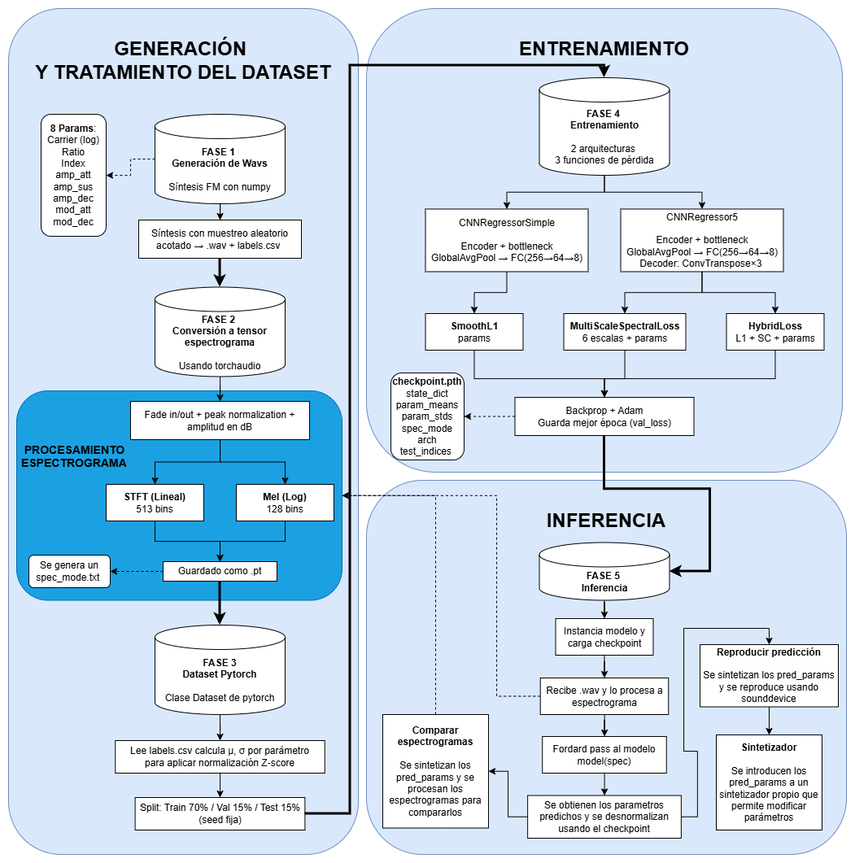
Before: Prototipo5/Documentacion/diagrama.png, a diagram exported from draw.io (Angelji06/TFG-Inferencia-de-sonidos-musicales-usando-sintetizadores-e-IA). Source tidied: cells renumbered, new cells last; positions are measured from the earlier drawing's top-left corner, leaving out a move shared by most shapes.
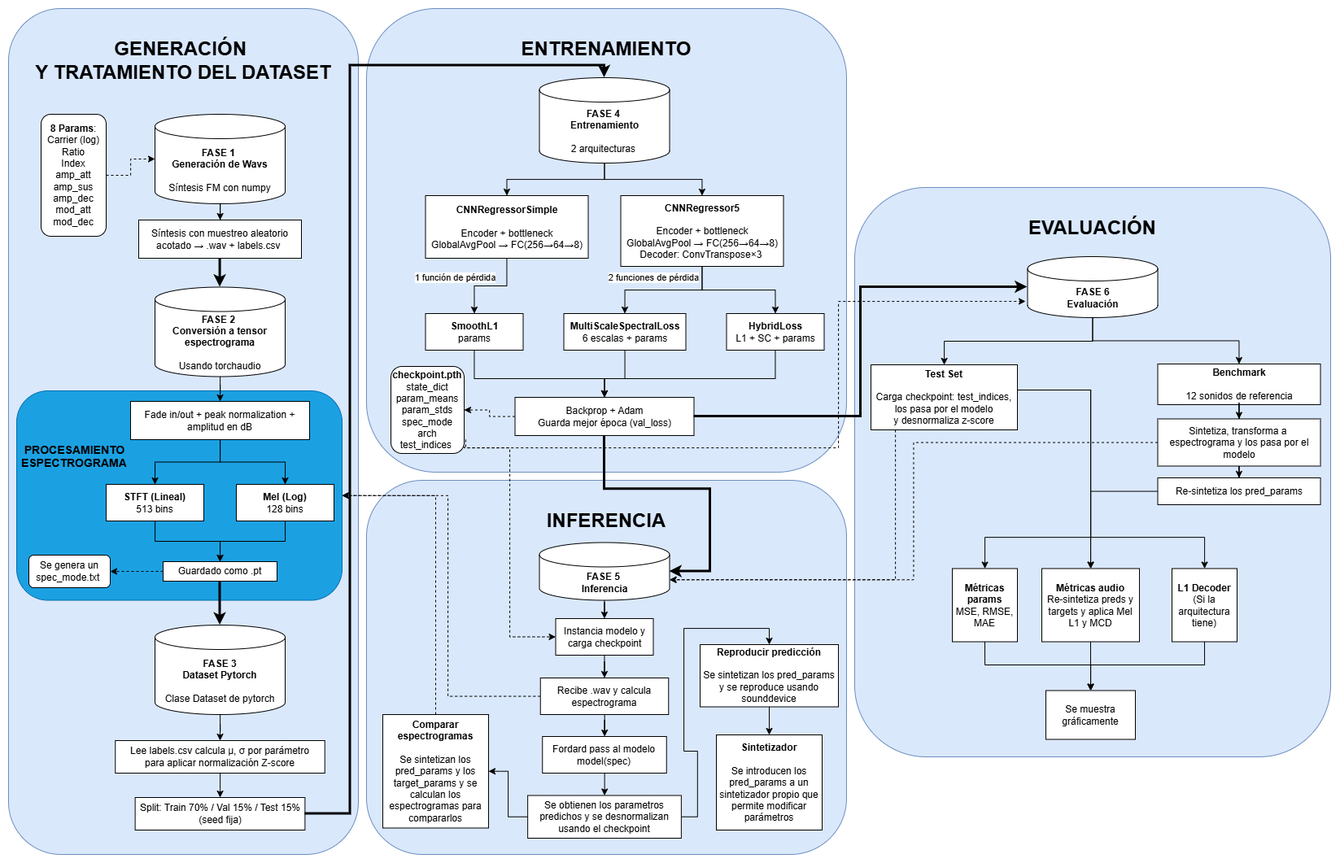
The same file after the commit.

Change to the diagram source:
```diff
@@ -12,14 +12,14 @@
       <mxGeometry x="440" y="580" width="590" height="460" as="geometry" />
     </mxCell>
     <mxCell id="5" value="&lt;div&gt;&lt;b&gt;&lt;font style=&quot;font-size: 24px;&quot;&gt;&lt;br&gt;&lt;/font&gt;&lt;/b&gt;&lt;/div&gt;&lt;span style=&quot;font-size: 24px;&quot;&gt;&lt;b&gt;ENTRENAMIENTO&lt;/b&gt;&lt;/span&gt;" style="rounded=1;whiteSpace=wrap;html=1;fillColor=#dae8fc;strokeColor=#6c8ebf;fontSize=11;verticalAlign=top;" parent="1" vertex="1">
-      <mxGeometry x="440" width="585" height="570" as="geometry" />
+      <mxGeometry x="440" width="590" height="570" as="geometry" />
     </mxCell>
+    <mxCell id="66" style="edgeStyle=orthogonalEdgeStyle;rounded=0;jettySize=auto;html=1;dashed=1;" parent="1" edge="1" source="6" target="9">
+      <mxGeometry relative="1" as="geometry" />
+    </mxCell>
     <mxCell id="6" value="&lt;div&gt;&lt;b&gt;8 Params&lt;/b&gt;:&lt;br&gt;Carrier (log)&lt;/div&gt;&lt;div&gt;Ratio&lt;/div&gt;&lt;div&gt;Index&lt;/div&gt;&lt;div&gt;&lt;span style=&quot;background-color: transparent;&quot;&gt;amp_att&lt;/span&gt;&lt;/div&gt;&lt;div&gt;&lt;span style=&quot;background-color: transparent;&quot;&gt;amp_sus&lt;/span&gt;&lt;/div&gt;&lt;div&gt;&lt;span style=&quot;background-color: transparent;&quot;&gt;amp_dec&lt;/span&gt;&lt;/div&gt;&lt;div&gt;&lt;span style=&quot;color: light-dark(rgb(0, 0, 0), rgb(255, 255, 255)); background-color: transparent;&quot;&gt;mod_att&lt;/span&gt;&lt;/div&gt;&lt;div&gt;&lt;span style=&quot;background-color: transparent; color: light-dark(rgb(0, 0, 0), rgb(255, 255, 255));&quot;&gt;mod_dec&lt;/span&gt;&lt;/div&gt;" style="rounded=1;whiteSpace=wrap;html=1;" parent="1" vertex="1">
       <mxGeometry x="40" y="130" width="80" height="150" as="geometry" />
     </mxCell>
-    <mxCell id="7" style="edgeStyle=orthogonalEdgeStyle;rounded=0;jettySize=auto;html=1;dashed=1;" parent="1" edge="1" source="9" target="6">
-      <mxGeometry relative="1" as="geometry" />
-    </mxCell>
     <mxCell id="8" style="edgeStyle=orthogonalEdgeStyle;rounded=0;jettySize=auto;html=1;" parent="1" edge="1" source="9" target="28">
       <mxGeometry relative="1" as="geometry" />
     </mxCell>
@@ -92,14 +92,24 @@
     <mxCell id="31" style="edgeStyle=orthogonalEdgeStyle;rounded=0;jettySize=auto;html=1;exitX=0.5;exitY=1;exitDx=0;exitDy=0;exitPerimeter=0;" parent="1" edge="1" source="32" target="37">
       <mxGeometry relative="1" as="geometry" />
     </mxCell>
-    <mxCell id="32" value="&lt;b&gt;FASE 4&amp;nbsp;&lt;/b&gt;&lt;div&gt;&lt;b&gt;Entrenamiento&lt;/b&gt;&lt;/div&gt;&lt;div&gt;&lt;b&gt;&lt;br&gt;&lt;/b&gt;&lt;/div&gt;&lt;div&gt;2 arquitecturas&amp;nbsp;&lt;/div&gt;&lt;div&gt;3 funciones de pérdida&lt;/div&gt;" style="shape=cylinder3;whiteSpace=wrap;html=1;boundedLbl=1;backgroundOutline=1;size=15;" parent="1" vertex="1">
-      <mxGeometry x="652.5" y="85" width="160" height="120" as="geometry" />
+    <mxCell id="32" value="&lt;b&gt;FASE 4&amp;nbsp;&lt;/b&gt;&lt;div&gt;&lt;b&gt;Entrenamiento&lt;/b&gt;&lt;/div&gt;&lt;div&gt;&lt;b&gt;&lt;br&gt;&lt;/b&gt;&lt;/div&gt;&lt;div&gt;2 arquitecturas&amp;nbsp;&lt;/div&gt;" style="shape=cylinder3;whiteSpace=wrap;html=1;boundedLbl=1;backgroundOutline=1;size=15;" parent="1" vertex="1">
+      <mxGeometry x="652.5" y="85" width="160" height="105" as="geometry" />
     </mxCell>
     <mxCell id="33" style="edgeStyle=orthogonalEdgeStyle;rounded=0;jettySize=auto;html=1;entryX=0.5;entryY=0;entryDx=0;entryDy=0;" parent="1" edge="1" source="34" target="39">
-      <mxGeometry relative="1" as="geometry" />
+      <mxGeometry relative="1" as="geometry">
+        <Array as="points">
+          <mxPoint x="613" y="341" />
+          <mxPoint x="573" y="341" />
+        </Array>
+      </mxGeometry>
     </mxCell>
+    <mxCell id="67" value="1 función de pérdida" style="edgeLabel;html=1;align=center;verticalAlign=middle;" parent="33" vertex="1">
+      <mxGeometry x="0.31" relative="1" as="geometry">
+        <mxPoint x="-27" y="-11" as="offset" />
+      </mxGeometry>
+    </mxCell>
-    <mxCell id="34" value="CNNRegressorSimple&lt;div&gt;&lt;br&gt;&lt;/div&gt;&lt;div&gt;Encoder + bottleneck&lt;/div&gt;&lt;div&gt;GlobalAvgPool → FC(256→64→8)&lt;/div&gt;" style="rounded=0;whiteSpace=wrap;html=1;" parent="1" vertex="1">
-      <mxGeometry x="512.5" y="246.5" width="200" height="77" as="geometry" />
+    <mxCell id="34" value="&lt;b&gt;CNNRegressorSimple&lt;/b&gt;&lt;div&gt;&lt;br&gt;&lt;/div&gt;&lt;div&gt;Encoder + bottleneck&lt;/div&gt;&lt;div&gt;GlobalAvgPool → FC(256→64→8)&lt;/div&gt;" style="rounded=0;whiteSpace=wrap;html=1;" parent="1" vertex="1">
+      <mxGeometry x="512.5" y="230" width="200" height="77" as="geometry" />
     </mxCell>
     <mxCell id="35" style="edgeStyle=orthogonalEdgeStyle;rounded=0;jettySize=auto;html=1;entryX=0.5;entryY=0;entryDx=0;entryDy=0;" parent="1" edge="1" source="37" target="43">
       <mxGeometry relative="1" as="geometry" />
@@ -107,8 +117,8 @@
     <mxCell id="36" style="edgeStyle=orthogonalEdgeStyle;rounded=0;jettySize=auto;html=1;entryX=0.5;entryY=0;entryDx=0;entryDy=0;" parent="1" edge="1" source="37" target="41">
       <mxGeometry relative="1" as="geometry" />
     </mxCell>
-    <mxCell id="37" value="CNNRegressor5&lt;div&gt;&lt;br&gt;&lt;/div&gt;&lt;div&gt;Encoder + bottleneck&lt;/div&gt;&lt;div&gt;GlobalAvgPool → FC(256→64→8)&lt;/div&gt;&lt;div&gt;Decoder: ConvTranspose×3&amp;nbsp;&lt;/div&gt;" style="rounded=0;whiteSpace=wrap;html=1;" parent="1" vertex="1">
-      <mxGeometry x="752.5" y="246.5" width="200" height="77" as="geometry" />
+    <mxCell id="37" value="&lt;b&gt;CNNRegressor5&lt;/b&gt;&lt;div&gt;&lt;br&gt;&lt;/div&gt;&lt;div&gt;Encoder + bottleneck&lt;/div&gt;&lt;div&gt;GlobalAvgPool → FC(256→64→8)&lt;/div&gt;&lt;div&gt;Decoder: ConvTranspose×3&amp;nbsp;&lt;/div&gt;" style="rounded=0;whiteSpace=wrap;html=1;" parent="1" vertex="1">
+      <mxGeometry x="752.5" y="230" width="200" height="87" as="geometry" />
     </mxCell>
     <mxCell id="38" style="edgeStyle=orthogonalEdgeStyle;rounded=0;jettySize=auto;html=1;entryX=0.5;entryY=0;entryDx=0;entryDy=0;" parent="1" edge="1" source="39" target="45">
       <mxGeometry relative="1" as="geometry">
@@ -155,8 +165,17 @@
     <mxCell id="47" value="&lt;b&gt;FASE 5&amp;nbsp;&lt;/b&gt;&lt;div&gt;&lt;b&gt;Inferencia&lt;/b&gt;&lt;/div&gt;" style="shape=cylinder3;whiteSpace=wrap;html=1;boundedLbl=1;backgroundOutline=1;size=15;" parent="1" vertex="1">
       <mxGeometry x="652.5" y="656.5" width="160" height="71" as="geometry" />
     </mxCell>
+    <mxCell id="68" style="edgeStyle=orthogonalEdgeStyle;rounded=0;jettySize=auto;html=1;entryX=0;entryY=0.5;entryDx=0;entryDy=0;dashed=1;exitX=1;exitY=0.75;exitDx=0;exitDy=0;" parent="1" edge="1" source="48" target="52">
+      <mxGeometry relative="1" as="geometry">
+        <Array as="points">
+          <mxPoint x="560" y="540" />
+          <mxPoint x="616" y="540" />
+          <mxPoint x="616" y="773" />
+        </Array>
+      </mxGeometry>
+    </mxCell>
     <mxCell id="48" value="&lt;div&gt;&lt;b&gt;checkpoint.pth&lt;/b&gt;&lt;/div&gt;&lt;div&gt;&lt;span style=&quot;background-color: transparent; color: light-dark(rgb(0, 0, 0), rgb(255, 255, 255));&quot;&gt;state_dict&lt;/span&gt;&lt;/div&gt;&lt;div&gt;&lt;span style=&quot;background-color: transparent; color: light-dark(rgb(0, 0, 0), rgb(255, 255, 255));&quot;&gt;param_means&lt;/span&gt;&lt;/div&gt;&lt;div&gt;&lt;span style=&quot;background-color: transparent; color: light-dark(rgb(0, 0, 0), rgb(255, 255, 255));&quot;&gt;param_stds&lt;/span&gt;&lt;/div&gt;&lt;div&gt;&lt;span style=&quot;background-color: transparent; color: light-dark(rgb(0, 0, 0), rgb(255, 255, 255));&quot;&gt;spec_mode&lt;/span&gt;&lt;/div&gt;&lt;div&gt;&lt;span style=&quot;background-color: transparent; color: light-dark(rgb(0, 0, 0), rgb(255, 255, 255));&quot;&gt;arch&lt;/span&gt;&lt;/div&gt;&lt;div&gt;&lt;span style=&quot;background-color: transparent; color: light-dark(rgb(0, 0, 0), rgb(255, 255, 255));&quot;&gt;test_indices&lt;/span&gt;&lt;b style=&quot;background-color: transparent; color: light-dark(rgb(0, 0, 0), rgb(255, 255, 255));&quot;&gt;&amp;nbsp;&lt;/b&gt;&lt;/div&gt;" style="rounded=1;whiteSpace=wrap;html=1;" parent="1" vertex="1">
-      <mxGeometry x="470" y="448" width="90" height="107" as="geometry" />
+      <mxGeometry x="470" y="440" width="90" height="107" as="geometry" />
     </mxCell>
     <mxCell id="49" style="edgeStyle=orthogonalEdgeStyle;rounded=0;jettySize=auto;html=1;entryX=0.5;entryY=0;entryDx=0;entryDy=0;entryPerimeter=0;strokeWidth=3;" parent="1" edge="1" source="27" target="32">
       <mxGeometry relative="1" as="geometry">
@@ -185,15 +204,15 @@
     <mxCell id="55" style="edgeStyle=orthogonalEdgeStyle;rounded=0;jettySize=auto;html=1;entryX=1;entryY=0.5;entryDx=0;entryDy=0;dashed=1;" parent="1" edge="1" source="57" target="3">
       <mxGeometry relative="1" as="geometry">
         <Array as="points">
-          <mxPoint x="600" y="846" />
-          <mxPoint x="600" y="599" />
+          <mxPoint x="540" y="846" />
+          <mxPoint x="540" y="599" />
         </Array>
       </mxGeometry>
     </mxCell>
     <mxCell id="56" style="edgeStyle=orthogonalEdgeStyle;rounded=0;jettySize=auto;html=1;" parent="1" edge="1" source="57" target="59">
       <mxGeometry relative="1" as="geometry" />
     </mxCell>
-    <mxCell id="57" value="Recibe .wav y lo procesa a espectrograma" style="rounded=0;whiteSpace=wrap;html=1;" parent="1" vertex="1">
+    <mxCell id="57" value="Recibe .wav y calcula espectrograma" style="rounded=0;whiteSpace=wrap;html=1;" parent="1" vertex="1">
       <mxGeometry x="653.8" y="823" width="157.5" height="45" as="geometry" />
     </mxCell>
     <mxCell id="58" style="edgeStyle=orthogonalEdgeStyle;rounded=0;jettySize=auto;html=1;entryX=0.5;entryY=0;entryDx=0;entryDy=0;" parent="1" edge="1" source="59" target="62">
@@ -221,8 +240,129 @@
         </Array>
       </mxGeometry>
     </mxCell>
-    <mxCell id="65" value="&lt;div&gt;&lt;b&gt;Comparar espectrogramas&lt;/b&gt;&lt;/div&gt;&lt;div&gt;&lt;b&gt;&lt;br&gt;&lt;/b&gt;&lt;/div&gt;&lt;div&gt;Se sintetizan los pred_params y se procesan los espectrogramas para compararlos&lt;/div&gt;" style="rounded=0;whiteSpace=wrap;html=1;" parent="1" vertex="1">
+    <mxCell id="65" value="&lt;div&gt;&lt;b&gt;Comparar espectrogramas&lt;/b&gt;&lt;/div&gt;&lt;div&gt;&lt;b&gt;&lt;br&gt;&lt;/b&gt;&lt;/div&gt;&lt;div&gt;Se sintetizan los pred_params y los target_params y se calculan los espectrogramas para compararlos&lt;/div&gt;" style="rounded=0;whiteSpace=wrap;html=1;" parent="1" vertex="1">
       <mxGeometry x="460" y="868" width="130" height="139.5" as="geometry" />
     </mxCell>
+    <mxCell id="69" value="2 funciones de pérdida" style="edgeLabel;html=1;align=center;verticalAlign=middle;" parent="1" vertex="1">
+      <mxGeometry x="792.5" y="330" as="geometry" />
+    </mxCell>
+    <mxCell id="70" value="&lt;div&gt;&lt;b&gt;&lt;font style=&quot;font-size: 24px;&quot;&gt;&lt;br&gt;&lt;/font&gt;&lt;/b&gt;&lt;/div&gt;&lt;span style=&quot;font-size: 24px;&quot;&gt;&lt;b&gt;EVALUACIÓN&lt;/b&gt;&lt;/span&gt;" style="rounded=1;whiteSpace=wrap;html=1;fillColor=#dae8fc;strokeColor=#6c8ebf;fontSize=11;verticalAlign=top;" parent="1" vertex="1">
+      <mxGeometry x="1040" y="220" width="585" height="700" as="geometry" />
+    </mxCell>
+    <mxCell id="71" value="&lt;b&gt;FASE 6&lt;/b&gt;&lt;div&gt;&lt;b&gt;Evaluación&lt;/b&gt;&lt;/div&gt;" style="shape=cylinder3;whiteSpace=wrap;html=1;boundedLbl=1;backgroundOutline=1;size=15;" parent="1" vertex="1">
+      <mxGeometry x="1252.5" y="305" width="160" height="75" as="geometry" />
+    </mxCell>
+    <mxCell id="72" style="edgeStyle=orthogonalEdgeStyle;rounded=0;jettySize=auto;html=1;exitX=0.5;exitY=1;exitDx=0;exitDy=0;exitPerimeter=0;" parent="1" edge="1" source="71" target="76">
+      <mxGeometry relative="1" as="geometry" />
+    </mxCell>
+    <mxCell id="73" style="edgeStyle=orthogonalEdgeStyle;rounded=0;jettySize=auto;html=1;" parent="1" edge="1" source="71" target="83">
+      <mxGeometry relative="1" as="geometry" />
+    </mxCell>
+    <mxCell id="74" style="edgeStyle=orthogonalEdgeStyle;rounded=0;jettySize=auto;html=1;" parent="1" edge="1" source="76" target="81">
+      <mxGeometry relative="1" as="geometry">
+        <Array as="points">
+          <mxPoint x="1330" y="469" />
+        </Array>
+      </mxGeometry>
+    </mxCell>
+    <mxCell id="75" style="edgeStyle=orthogonalEdgeStyle;rounded=0;jettySize=auto;html=1;" parent="1" edge="1" source="76" target="91">
+      <mxGeometry relative="1" as="geometry">
+        <Array as="points">
+          <mxPoint x="1330" y="469" />
+          <mxPoint x="1330" y="650" />
+          <mxPoint x="1470" y="650" />
+        </Array>
+      </mxGeometry>
+    </mxCell>
+    <mxCell id="76" value="&lt;b&gt;Test Set&lt;/b&gt;&lt;div&gt;&lt;b&gt;&lt;br&gt;&lt;/b&gt;&lt;div&gt;Carga checkpoint: test_indices, los pasa por el modelo y&lt;span style=&quot;background-color: transparent; color: light-dark(rgb(0, 0, 0), rgb(255, 255, 255));&quot;&gt;&amp;nbsp;desnormaliza z-score&lt;/span&gt;&lt;/div&gt;&lt;/div&gt;" style="rounded=0;whiteSpace=wrap;html=1;" parent="1" vertex="1">
+      <mxGeometry x="1060" y="438" width="180" height="80" as="geometry" />
+    </mxCell>
+    <mxCell id="77" style="edgeStyle=orthogonalEdgeStyle;rounded=0;jettySize=auto;html=1;" parent="1" edge="1" source="76" target="79">
+      <mxGeometry relative="1" as="geometry">
+        <Array as="points">
+          <mxPoint x="1330" y="469" />
+          <mxPoint x="1330" y="650" />
+          <mxPoint x="1200" y="650" />
+        </Array>
+      </mxGeometry>
+    </mxCell>
+    <mxCell id="78" style="edgeStyle=orthogonalEdgeStyle;rounded=0;jettySize=auto;html=1;exitX=0.5;exitY=1;exitDx=0;exitDy=0;" parent="1" edge="1" source="79" target="92">
+      <mxGeometry relative="1" as="geometry">
+        <Array as="points">
+          <mxPoint x="1200" y="807" />
+          <mxPoint x="1330" y="807" />
+        </Array>
+      </mxGeometry>
+    </mxCell>
+    <mxCell id="79" value="&lt;b&gt;Métricas params&lt;/b&gt;&lt;div&gt;MSE, RMSE, MAE&lt;/div&gt;" style="rounded=0;whiteSpace=wrap;html=1;" parent="1" vertex="1">
+      <mxGeometry x="1160" y="688.5" width="80" height="90" as="geometry" />
+    </mxCell>
+    <mxCell id="80" style="edgeStyle=orthogonalEdgeStyle;rounded=0;jettySize=auto;html=1;entryX=0.5;entryY=0;entryDx=0;entryDy=0;" parent="1" edge="1" source="81" target="92">
+      <mxGeometry relative="1" as="geometry" />
+    </mxCell>
+    <mxCell id="81" value="&lt;b&gt;Métricas audio&lt;/b&gt;&lt;div&gt;&lt;span style=&quot;background-color: transparent; color: light-dark(rgb(0, 0, 0), rgb(255, 255, 255));&quot;&gt;Re-sintetiza preds y targets y aplica Mel L1 y MCD&lt;/span&gt;&lt;/div&gt;" style="rounded=0;whiteSpace=wrap;html=1;" parent="1" vertex="1">
+      <mxGeometry x="1270" y="688.5" width="120" height="90" as="geometry" />
+    </mxCell>
+    <mxCell id="82" style="edgeStyle=orthogonalEdgeStyle;rounded=0;jettySize=auto;html=1;" parent="1" edge="1" target="x">
+      <mxGeometry relative="1" as="geometry">
+        <mxPoint x="1200" y="570" as="sourcePoint" />
+      </mxGeometry>
+    </mxCell>
+    <mxCell id="83" value="&lt;b&gt;Benchmark&lt;/b&gt;&lt;div&gt;&lt;b&gt;&lt;br&gt;&lt;/b&gt;&lt;div&gt;12 sonidos de referencia&lt;/div&gt;&lt;/div&gt;" style="rounded=0;whiteSpace=wrap;html=1;" parent="1" vertex="1">
+      <mxGeometry x="1412.5" y="437" width="200" height="50" as="geometry" />
+    </mxCell>
+    <mxCell id="84" style="edgeStyle=orthogonalEdgeStyle;rounded=0;jettySize=auto;html=1;" parent="1" edge="1" source="83" target="86">
+      <mxGeometry relative="1" as="geometry" />
+    </mxCell>
+    <mxCell id="85" style="edgeStyle=orthogonalEdgeStyle;rounded=0;jettySize=auto;html=1;" parent="1" edge="1" source="86" target="88">
+      <mxGeometry relative="1" as="geometry" />
+    </mxCell>
+    <mxCell id="86" value="Sintetiza, transforma a&amp;nbsp; espectrograma y los pasa por el modelo" style="rounded=0;whiteSpace=wrap;html=1;" parent="1" vertex="1">
+      <mxGeometry x="1412.5" y="504.5" width="200" height="58" as="geometry" />
+    </mxCell>
+    <mxCell id="87" style="edgeStyle=orthogonalEdgeStyle;rounded=0;jettySize=auto;html=1;" parent="1" edge="1" source="88" target="81">
+      <mxGeometry relative="1" as="geometry" />
+    </mxCell>
+    <mxCell id="88" value="Re-sintetiza los pred_params" style="rounded=0;whiteSpace=wrap;html=1;" parent="1" vertex="1">
+      <mxGeometry x="1412.5" y="577" width="200" height="33" as="geometry" />
+    </mxCell>
+    <mxCell id="89" style="edgeStyle=orthogonalEdgeStyle;rounded=0;orthogonalLoop=1;jettySize=auto;html=1;dashed=1;exitX=1.021;exitY=0.87;exitDx=0;exitDy=0;exitPerimeter=0;" parent="1" edge="1">
+      <mxGeometry relative="1" as="geometry">
+        <mxPoint x="561.9" y="530" as="sourcePoint" />
+        <mxPoint x="1250" y="360" as="targetPoint" />
+        <Array as="points">
+          <mxPoint x="562" y="540" />
+          <mxPoint x="1020" y="540" />
+          <mxPoint x="1020" y="360" />
+        </Array>
+      </mxGeometry>
+    </mxCell>
+    <mxCell id="90" style="edgeStyle=orthogonalEdgeStyle;rounded=0;jettySize=auto;html=1;exitX=0.5;exitY=1;exitDx=0;exitDy=0;" parent="1" edge="1" source="91" target="92">
+      <mxGeometry relative="1" as="geometry">
+        <Array as="points">
+          <mxPoint x="1470" y="807" />
+          <mxPoint x="1330" y="807" />
+        </Array>
+      </mxGeometry>
+    </mxCell>
+    <mxCell id="91" value="&lt;b&gt;L1 Decoder&lt;/b&gt;&lt;div&gt;&lt;span style=&quot;background-color: transparent; color: light-dark(rgb(0, 0, 0), rgb(255, 255, 255));&quot;&gt;(Si la arquitectura tiene)&lt;/span&gt;&lt;/div&gt;" style="rounded=0;whiteSpace=wrap;html=1;" parent="1" vertex="1">
+      <mxGeometry x="1430" y="688.5" width="80" height="90" as="geometry" />
+    </mxCell>
+    <mxCell id="92" value="Se muestra gráficamente" style="rounded=0;whiteSpace=wrap;html=1;" parent="1" vertex="1">
+      <mxGeometry x="1275" y="838.5" width="110" height="60" as="geometry" />
+    </mxCell>
+    <mxCell id="93" style="edgeStyle=orthogonalEdgeStyle;rounded=0;jettySize=auto;html=1;entryX=1;entryY=0;entryDx=0;entryDy=45.75;entryPerimeter=0;dashed=1;" parent="1" edge="1" source="76" target="47">
+      <mxGeometry relative="1" as="geometry">
+        <Array as="points">
+          <mxPoint x="1090" y="702" />
+        </Array>
+      </mxGeometry>
+    </mxCell>
+    <mxCell id="94" style="edgeStyle=orthogonalEdgeStyle;rounded=0;jettySize=auto;html=1;entryX=1;entryY=0;entryDx=0;entryDy=45.75;entryPerimeter=0;dashed=1;" parent="1" edge="1" source="86" target="47">
+      <mxGeometry relative="1" as="geometry" />
+    </mxCell>
+    <mxCell id="95" style="edgeStyle=orthogonalEdgeStyle;rounded=0;jettySize=auto;html=1;entryX=0;entryY=0.5;entryDx=0;entryDy=0;entryPerimeter=0;strokeWidth=3;" parent="1" edge="1" source="45" target="71">
+      <mxGeometry relative="1" as="geometry" />
+    </mxCell>
   </root>
 </mxGraphModel>
```
